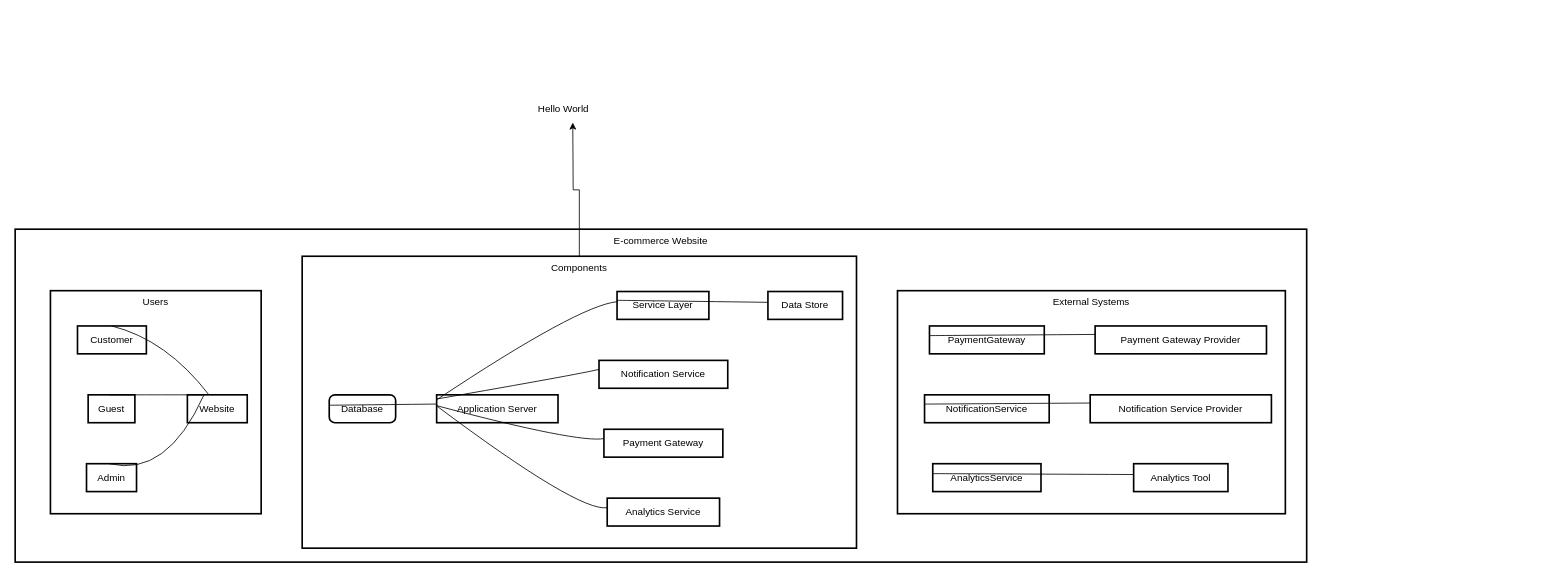
This is Untitled Diagram.drawio from amarpreetbhatia/system-drawings, a draw.io file, before an edit. Source tidied: cells renumbered, new cells numbered last; positions are measured from the earlier drawing's top-left corner, leaving out a move shared by most shapes. Both pictures are drawn from the tidied source at 82%, with x=0, y=0 at pixel (15, 96).
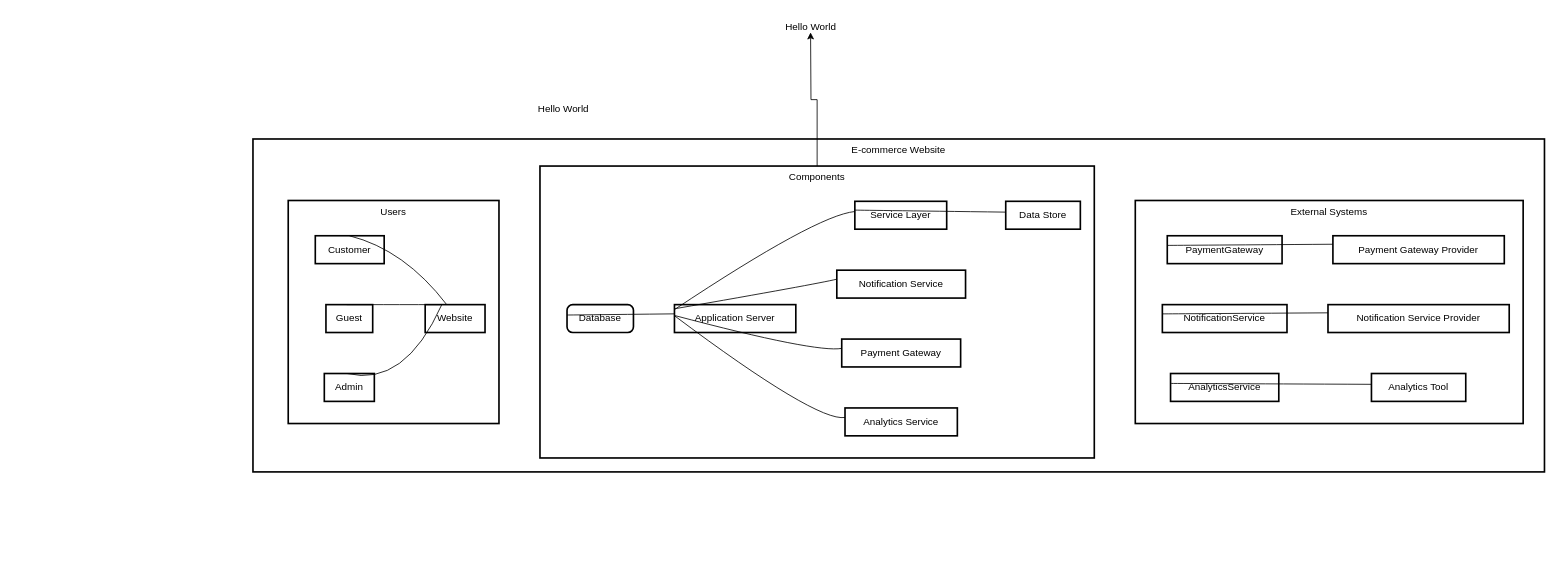
The same diagram, later.

Commit message:
updated hello world

The edit, as a diff of the source:
```diff
@@
     <mxCell id="2" value="E-commerce Website" style="whiteSpace=wrap;strokeWidth=2;verticalAlign=top;" parent="1" vertex="1">
-      <mxGeometry y="162" width="1575" height="406" as="geometry" />
+      <mxGeometry x="290" y="52" width="1575" height="406" as="geometry" />
     </mxCell>
@@
+    <mxCell id="37" value="Hello World" style="text;html=1;align=center;verticalAlign=middle;strokeColor=none;fillColor=none;" parent="1" vertex="1">
+      <mxGeometry x="925" y="-100" width="90" height="30" as="geometry" />
+    </mxCell>
```
